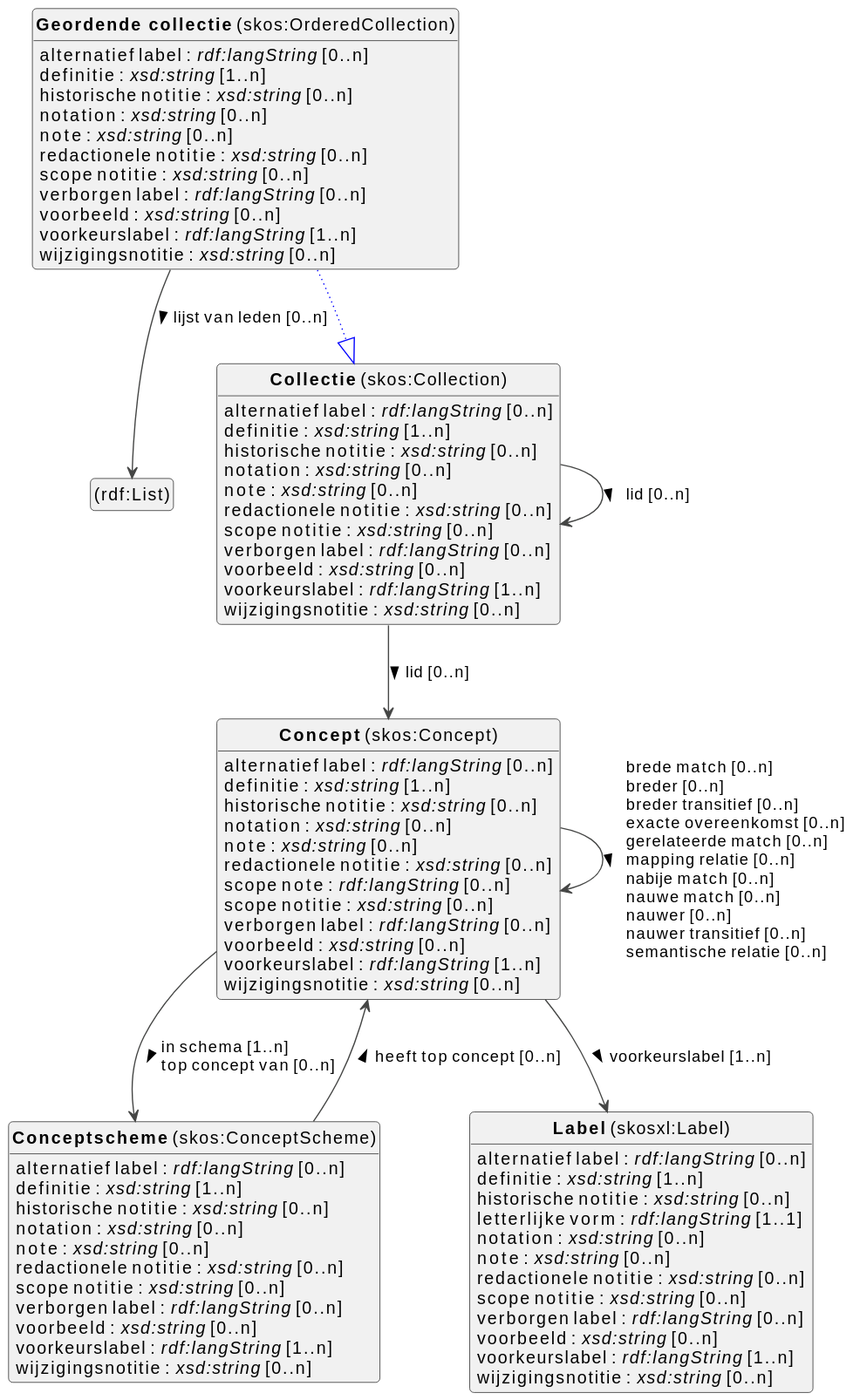
The PlantUML diagram docs/metadata/knowledge-graph/0.0.1/thesauri/nl/thesauri-diagram.svg in viaacode/documentation-jekyll, before a commit.
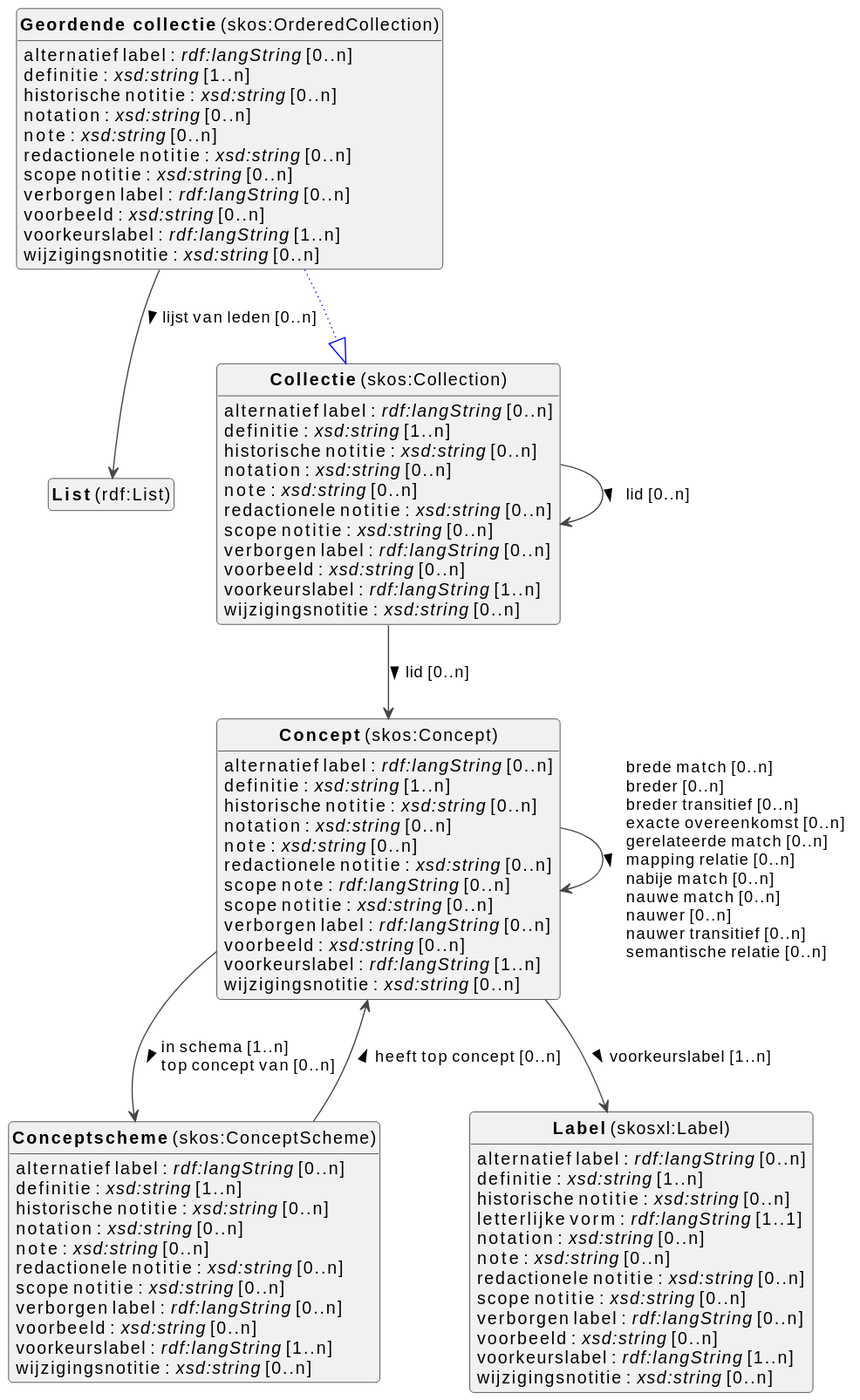
After the change.

The edit, as a diff of the source:
```diff
@@ -10,7 +10,7 @@
 top to bottom direction
 
 
-class "(rdf:List)" as rdf_List [[#rdf%3AList]]
+class "<b>List</b> (rdf:List)" as rdf_List [[#rdf%3AList]]
 class "<b>Collectie</b> (skos:Collection)" as skos_Collection [[#skos%3ACollection]]
 class "<b>Concept</b> (skos:Concept)" as skos_Concept [[#skos%3AConcept]]
 class "<b>Conceptscheme</b> (skos:ConceptScheme)" as skos_ConceptScheme [[#skos%3AConceptScheme]]
```
